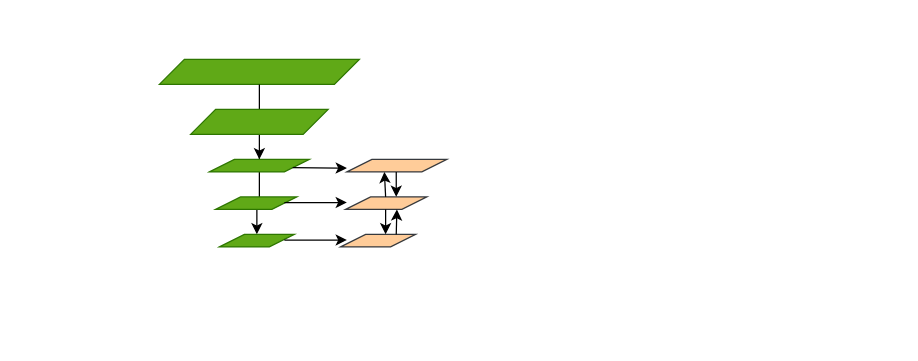
Asad-Ismail/Nano-Instance-Segmentor keeps this draw.io diagram as Untitled Diagram.drawio. Above is the earlier version. Source tidied: cells renumbered, new cells numbered last; positions are measured from the earlier drawing's top-left corner, leaving out a move shared by most shapes. Both pictures are drawn from the tidied source at 125%, with x=0, y=0 at pixel (159, 59).
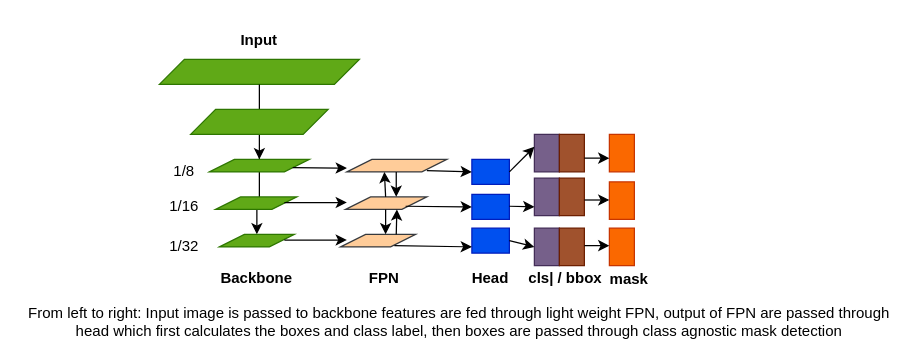
The same page after the edit.

Diff of the diagram source:
```diff
@@
+    <mxCell id="22" style="rounded=0;whiteSpace=wrap;html=1;fillColor=#0050ef;fontColor=#ffffff;strokeColor=#001DBC;" parent="1" vertex="1">
+      <mxGeometry x="250" y="80" width="30" height="20" as="geometry" />
+    </mxCell>
+    <mxCell id="23" style="rounded=0;whiteSpace=wrap;html=1;fillColor=#0050ef;fontColor=#ffffff;strokeColor=#001DBC;" parent="1" vertex="1">
+      <mxGeometry x="250" y="108" width="30" height="20" as="geometry" />
+    </mxCell>
+    <mxCell id="24" style="rounded=0;whiteSpace=wrap;html=1;fillColor=#0050ef;fontColor=#ffffff;strokeColor=#001DBC;" parent="1" vertex="1">
+      <mxGeometry x="250" y="135" width="30" height="20" as="geometry" />
+    </mxCell>
+    <mxCell id="25" style="rounded=0;whiteSpace=wrap;html=1;fillColor=#76608a;fontColor=#ffffff;strokeColor=#432D57;" parent="1" vertex="1">
+      <mxGeometry x="300" y="60" width="20" height="30" as="geometry" />
+    </mxCell>
+    <mxCell id="26" style="rounded=0;whiteSpace=wrap;html=1;fillColor=#a0522d;fontColor=#ffffff;strokeColor=#6D1F00;" parent="1" vertex="1">
+      <mxGeometry x="320" y="60" width="20" height="30" as="geometry" />
+    </mxCell>
+    <mxCell id="27" style="rounded=0;whiteSpace=wrap;html=1;fillColor=#76608a;fontColor=#ffffff;strokeColor=#432D57;" parent="1" vertex="1">
+      <mxGeometry x="300" y="95" width="20" height="30" as="geometry" />
+    </mxCell>
+    <mxCell id="28" style="rounded=0;whiteSpace=wrap;html=1;fillColor=#a0522d;fontColor=#ffffff;strokeColor=#6D1F00;" parent="1" vertex="1">
+      <mxGeometry x="320" y="95" width="20" height="30" as="geometry" />
+    </mxCell>
+    <mxCell id="29" style="rounded=0;whiteSpace=wrap;html=1;fillColor=#76608a;fontColor=#ffffff;strokeColor=#432D57;" parent="1" vertex="1">
+      <mxGeometry x="300" y="135" width="20" height="30" as="geometry" />
+    </mxCell>
+    <mxCell id="30" style="rounded=0;whiteSpace=wrap;html=1;fillColor=#a0522d;fontColor=#ffffff;strokeColor=#6D1F00;" parent="1" vertex="1">
+      <mxGeometry x="320" y="135" width="20" height="30" as="geometry" />
+    </mxCell>
+    <mxCell id="31" style="endArrow=classic;html=1;rounded=0;" parent="1" edge="1">
+      <mxGeometry relative="1" as="geometry">
+        <mxPoint x="214" y="89" as="sourcePoint" />
+        <mxPoint x="250" y="90" as="targetPoint" />
+      </mxGeometry>
+    </mxCell>
+    <mxCell id="32" style="endArrow=classic;html=1;rounded=0;" parent="1" edge="1">
+      <mxGeometry relative="1" as="geometry">
+        <mxPoint x="197" y="117.5" as="sourcePoint" />
+        <mxPoint x="250" y="118" as="targetPoint" />
+      </mxGeometry>
+    </mxCell>
+    <mxCell id="33" style="endArrow=classic;html=1;rounded=0;" parent="1" edge="1">
+      <mxGeometry relative="1" as="geometry">
+        <mxPoint x="188" y="149" as="sourcePoint" />
+        <mxPoint x="250" y="150" as="targetPoint" />
+      </mxGeometry>
+    </mxCell>
+    <mxCell id="34" style="endArrow=classic;html=1;rounded=0;" parent="1" edge="1">
+      <mxGeometry relative="1" as="geometry">
+        <mxPoint x="280" y="90" as="sourcePoint" />
+        <mxPoint x="300" y="70" as="targetPoint" />
+      </mxGeometry>
+    </mxCell>
+    <mxCell id="35" style="endArrow=classic;html=1;rounded=0;" parent="1" edge="1">
+      <mxGeometry relative="1" as="geometry">
+        <mxPoint x="280" y="117.5" as="sourcePoint" />
+        <mxPoint x="300" y="118" as="targetPoint" />
+      </mxGeometry>
+    </mxCell>
+    <mxCell id="36" style="endArrow=classic;html=1;rounded=0;" parent="1" edge="1">
+      <mxGeometry relative="1" as="geometry">
+        <mxPoint x="280" y="145" as="sourcePoint" />
+        <mxPoint x="300" y="150" as="targetPoint" />
+      </mxGeometry>
+    </mxCell>
+    <mxCell id="37" style="rounded=0;whiteSpace=wrap;html=1;fillColor=#fa6800;fontColor=#000000;strokeColor=#C73500;" parent="1" vertex="1">
+      <mxGeometry x="360" y="60" width="20" height="30" as="geometry" />
+    </mxCell>
+    <mxCell id="38" style="rounded=0;whiteSpace=wrap;html=1;fillColor=#fa6800;fontColor=#000000;strokeColor=#C73500;" parent="1" vertex="1">
+      <mxGeometry x="360" y="98" width="20" height="30" as="geometry" />
+    </mxCell>
+    <mxCell id="39" style="rounded=0;whiteSpace=wrap;html=1;fillColor=#fa6800;fontColor=#000000;strokeColor=#C73500;" parent="1" vertex="1">
+      <mxGeometry x="360" y="135" width="20" height="30" as="geometry" />
+    </mxCell>
+    <mxCell id="40" style="endArrow=classic;html=1;rounded=0;" parent="1" edge="1">
+      <mxGeometry relative="1" as="geometry">
+        <mxPoint x="340" y="79" as="sourcePoint" />
+        <mxPoint x="360" y="79" as="targetPoint" />
+      </mxGeometry>
+    </mxCell>
+    <mxCell id="41" style="endArrow=classic;html=1;rounded=0;" parent="1" edge="1">
+      <mxGeometry relative="1" as="geometry">
+        <mxPoint x="340" y="112.5" as="sourcePoint" />
+        <mxPoint x="360" y="112.5" as="targetPoint" />
+      </mxGeometry>
+    </mxCell>
+    <mxCell id="42" style="endArrow=classic;html=1;rounded=0;" parent="1" edge="1">
+      <mxGeometry relative="1" as="geometry">
+        <mxPoint x="340" y="149" as="sourcePoint" />
+        <mxPoint x="360" y="149" as="targetPoint" />
+      </mxGeometry>
+    </mxCell>
+    <mxCell id="43" value="&lt;b&gt;Input&lt;/b&gt;" style="text;html=1;strokeColor=none;fillColor=none;align=center;verticalAlign=middle;whiteSpace=wrap;rounded=0;" parent="1" vertex="1">
+      <mxGeometry x="50" y="-30" width="60" height="30" as="geometry" />
+    </mxCell>
+    <mxCell id="44" value="&lt;b&gt;Backbone&lt;/b&gt;" style="text;html=1;strokeColor=none;fillColor=none;align=center;verticalAlign=middle;whiteSpace=wrap;rounded=0;" parent="1" vertex="1">
+      <mxGeometry x="48" y="155" width="60" height="40" as="geometry" />
+    </mxCell>
+    <mxCell id="45" value="&lt;b&gt;FPN&lt;/b&gt;" style="text;html=1;strokeColor=none;fillColor=none;align=center;verticalAlign=middle;whiteSpace=wrap;rounded=0;" parent="1" vertex="1">
+      <mxGeometry x="150" y="155" width="60" height="40" as="geometry" />
+    </mxCell>
+    <mxCell id="46" value="&lt;b&gt;Head&lt;/b&gt;" style="text;html=1;strokeColor=none;fillColor=none;align=center;verticalAlign=middle;whiteSpace=wrap;rounded=0;" parent="1" vertex="1">
+      <mxGeometry x="235" y="155" width="60" height="40" as="geometry" />
+    </mxCell>
+    <mxCell id="47" value="&lt;b&gt;cls| / bbox&lt;/b&gt;" style="text;html=1;strokeColor=none;fillColor=none;align=center;verticalAlign=middle;whiteSpace=wrap;rounded=0;" parent="1" vertex="1">
+      <mxGeometry x="290" y="155" width="70" height="40" as="geometry" />
+    </mxCell>
+    <mxCell id="48" value="&lt;b&gt;mask&lt;/b&gt;" style="text;html=1;strokeColor=none;fillColor=none;align=center;verticalAlign=middle;whiteSpace=wrap;rounded=0;" parent="1" vertex="1">
+      <mxGeometry x="356" y="158.5" width="40" height="35" as="geometry" />
+    </mxCell>
+    <mxCell id="49" value="1/8" style="text;html=1;strokeColor=none;fillColor=none;align=center;verticalAlign=middle;whiteSpace=wrap;rounded=0;" parent="1" vertex="1">
+      <mxGeometry x="-10" y="75" width="60" height="30" as="geometry" />
+    </mxCell>
+    <mxCell id="50" value="1/16" style="text;html=1;strokeColor=none;fillColor=none;align=center;verticalAlign=middle;whiteSpace=wrap;rounded=0;" parent="1" vertex="1">
+      <mxGeometry x="-10" y="103" width="60" height="30" as="geometry" />
+    </mxCell>
+    <mxCell id="51" value="1/32" style="text;html=1;strokeColor=none;fillColor=none;align=center;verticalAlign=middle;whiteSpace=wrap;rounded=0;" parent="1" vertex="1">
+      <mxGeometry x="-10" y="135" width="60" height="30" as="geometry" />
+    </mxCell>
+    <mxCell id="52" value="From left to right: Input image is passed to backbone features are fed through light weight FPN, output of FPN are passed through head which first calculates the boxes and class label, then boxes are passed through class agnostic mask detection" style="text;html=1;strokeColor=none;fillColor=none;align=center;verticalAlign=middle;whiteSpace=wrap;rounded=0;" parent="1" vertex="1">
+      <mxGeometry x="-110" y="195" width="700" height="30" as="geometry" />
+    </mxCell>
```
